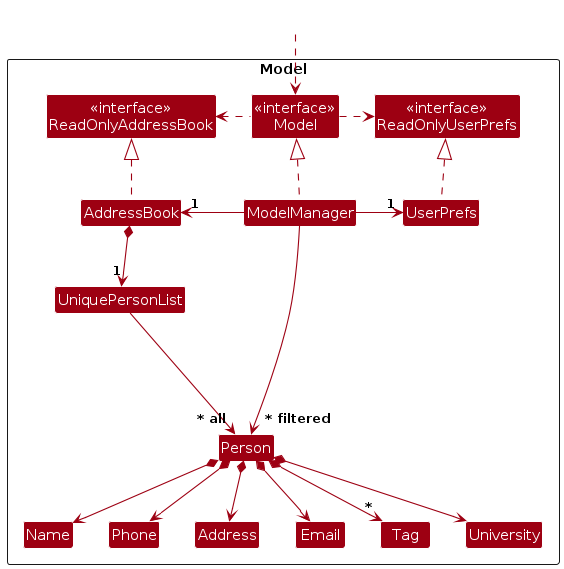
This is diagrams/ModelClassDiagram.png from AY2425S1-CS2103T-T17-1/tp, a PlantUML export, as it was before one commit. Its source is kept beside it as diagrams/ModelClassDiagram.puml.
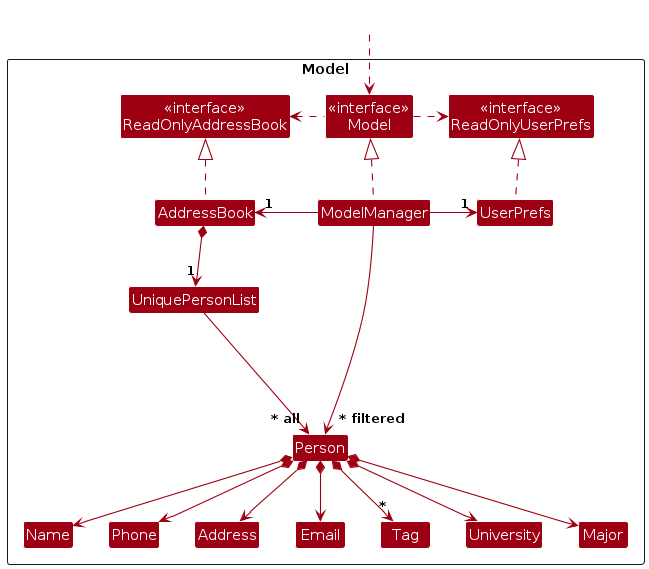
The same diagram one commit later.

Change to the diagram source:
```diff
@@ -20,6 +20,7 @@
   Class Phone
   Class Tag
   Class University
+  Class Major
 
   Class I #FFFFFF
 }
@@ -44,6 +45,7 @@
 Person *--> Address
 Person *--> "*" Tag
 Person *--> University
+Person *--> Major
 
 Person -[hidden]up--> I
 UniquePersonList -[hidden]right-> I
```
